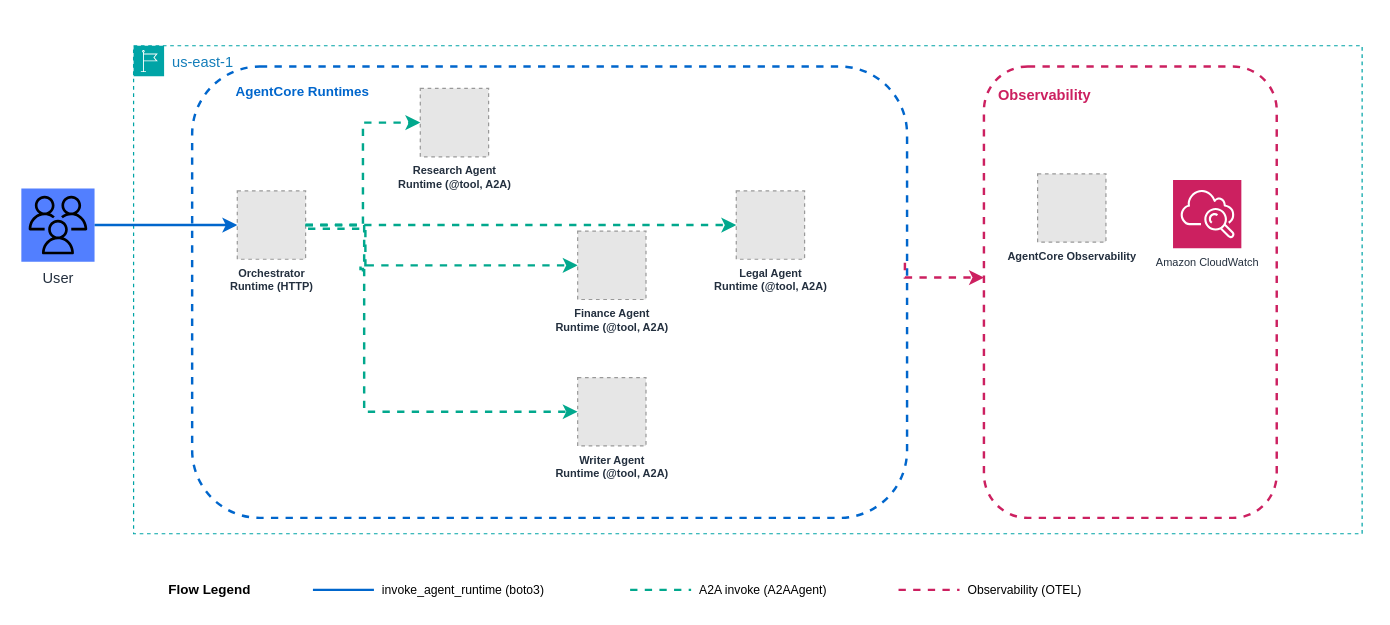
aws-samples/sample-multi-agent-systems-with-strands-workshop keeps this draw.io diagram as samples/07-agent-as-tool/production/architecture.drawio. Above is the earlier version. Source tidied: cells renumbered, new cells numbered last; positions are measured from the earlier drawing's top-left corner, leaving out a move shared by most shapes. Both pictures are drawn from the tidied source at 122%, with x=0, y=0 at pixel (21, 45). Pictures stored in the file or linked from it are replaced by grey dashed boxes.
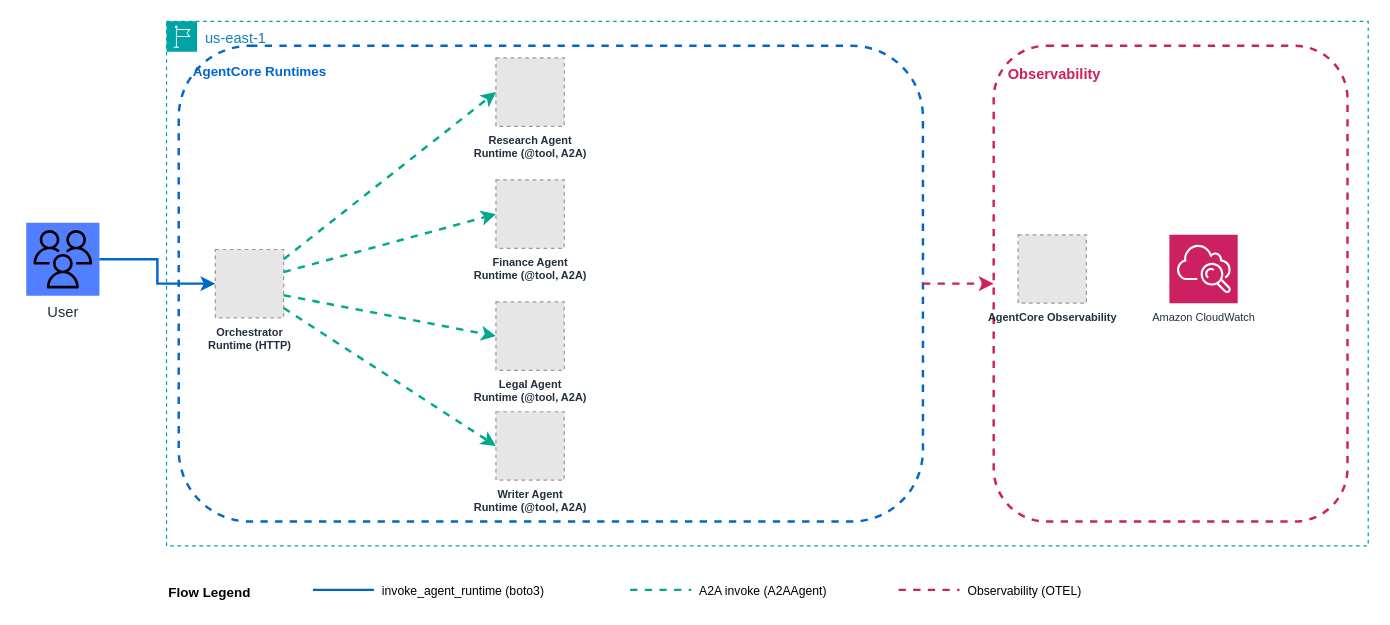
The same page after the edit.

Commit message (it also covers changes not shown here):
Fix module 07 architecture diagram: clean fan-out layout, no crossing arrows

Diff of the diagram source:
```diff
@@
     <mxCell id="2" value="User" style="sketch=0;outlineConnect=0;fontColor=#232F3E;gradientColor=none;fillColor=#527FFF;strokeColor=none;dashed=0;verticalLabelPosition=bottom;verticalAlign=top;align=center;html=1;fontSize=12;fontStyle=0;shape=mxgraph.aws4.resourceIcon;resIcon=mxgraph.aws4.users;" parent="1" vertex="1">
-      <mxGeometry y="117" width="60" height="60" as="geometry" />
+      <mxGeometry x="4" y="145" width="60" height="60" as="geometry" />
     </mxCell>
     <mxCell id="3" value="us-east-1" style="gradientColor=none;html=1;whiteSpace=wrap;fontSize=12;fontStyle=0;shape=mxgraph.aws4.group;grIcon=mxgraph.aws4.group_region;strokeColor=#00A4A6;fillColor=none;verticalAlign=top;align=left;spacingLeft=30;fontColor=#147EBA;dashed=1;" parent="1" vertex="1">
-      <mxGeometry x="92" width="1007" height="400" as="geometry" />
+      <mxGeometry x="119" y="-20" width="985" height="430" as="geometry" />
     </mxCell>
-    <mxCell id="4" value="&amp;nbsp; &amp;nbsp; &amp;nbsp; &amp;nbsp; AgentCore Runtimes" style="rounded=1;whiteSpace=wrap;html=1;fillColor=none;strokeColor=#0066CC;strokeWidth=2;dashed=1;fontSize=11;fontStyle=1;fontColor=#0066CC;verticalAlign=top;align=left;spacingLeft=10;spacingTop=8;" parent="3" vertex="1">
-      <mxGeometry x="48" y="17" width="586" height="370" as="geometry" />
+    <mxCell id="4" value="AgentCore Runtimes" style="rounded=1;whiteSpace=wrap;html=1;fillColor=none;strokeColor=#0066CC;strokeWidth=2;dashed=1;fontSize=11;fontStyle=1;fontColor=#0066CC;verticalAlign=top;align=left;spacingLeft=10;spacingTop=8;" parent="3" vertex="1">
+      <mxGeometry x="10" y="20" width="610" height="390" as="geometry" />
     </mxCell>
     <mxCell id="5" value="Orchestrator&lt;div&gt;Runtime (HTTP)&lt;/div&gt;" style="fillColor=#E6E6E6;strokeColor=#999999;dashed=1;html=1;verticalLabelPosition=bottom;labelBackgroundColor=none;verticalAlign=top;fontSize=9;fontStyle=1;fontColor=#232F3E;" parent="3" vertex="1">
-      <mxGeometry x="85" y="119" width="56" height="56" as="geometry" />
+      <mxGeometry x="40" y="187" width="56" height="56" as="geometry" />
     </mxCell>
     <mxCell id="6" value="Research Agent&lt;div&gt;Runtime (@tool, A2A)&lt;/div&gt;" style="fillColor=#E6E6E6;strokeColor=#999999;dashed=1;html=1;verticalLabelPosition=bottom;labelBackgroundColor=none;verticalAlign=top;fontSize=9;fontStyle=1;fontColor=#232F3E;" parent="3" vertex="1">
-      <mxGeometry x="235" y="35" width="56" height="56" as="geometry" />
+      <mxGeometry x="270" y="30" width="56" height="56" as="geometry" />
     </mxCell>
     <mxCell id="7" value="Finance Agent&lt;div&gt;Runtime (@tool, A2A)&lt;/div&gt;" style="fillColor=#E6E6E6;strokeColor=#999999;dashed=1;html=1;verticalLabelPosition=bottom;labelBackgroundColor=none;verticalAlign=top;fontSize=9;fontStyle=1;fontColor=#232F3E;" parent="3" vertex="1">
-      <mxGeometry x="364" y="152" width="56" height="56" as="geometry" />
+      <mxGeometry x="270" y="130" width="56" height="56" as="geometry" />
     </mxCell>
+    <mxCell id="16" value="Legal Agent&lt;div&gt;Runtime (@tool, A2A)&lt;/div&gt;" style="fillColor=#E6E6E6;strokeColor=#999999;dashed=1;html=1;verticalLabelPosition=bottom;labelBackgroundColor=none;verticalAlign=top;fontSize=9;fontStyle=1;fontColor=#232F3E;" parent="3" vertex="1">
+      <mxGeometry x="270" y="230" width="56" height="56" as="geometry" />
+    </mxCell>
     <mxCell id="8" value="Writer Agent&lt;div&gt;Runtime (@tool, A2A)&lt;/div&gt;" style="fillColor=#E6E6E6;strokeColor=#999999;dashed=1;html=1;verticalLabelPosition=bottom;labelBackgroundColor=none;verticalAlign=top;fontSize=9;fontStyle=1;fontColor=#232F3E;" parent="3" vertex="1">
-      <mxGeometry x="364" y="272" width="56" height="56" as="geometry" />
+      <mxGeometry x="270" y="320" width="56" height="56" as="geometry" />
     </mxCell>
     <mxCell id="9" value="Observability" style="rounded=1;whiteSpace=wrap;html=1;fillColor=none;strokeColor=#CC2060;strokeWidth=2;dashed=1;fontSize=12;fontStyle=1;fontColor=#CC2060;verticalAlign=top;align=left;spacingLeft=10;spacingTop=10;" parent="3" vertex="1">
-      <mxGeometry x="697" y="17" width="240" height="370" as="geometry" />
+      <mxGeometry x="678" y="20" width="290" height="390" as="geometry" />
     </mxCell>
     <mxCell id="10" value="AgentCore Observability" style="fillColor=#E6E6E6;strokeColor=#999999;dashed=1;html=1;verticalLabelPosition=bottom;labelBackgroundColor=none;verticalAlign=top;fontSize=9;fontStyle=1;fontColor=#232F3E;" parent="3" vertex="1">
-      <mxGeometry x="741" y="105" width="56" height="56" as="geometry" />
+      <mxGeometry x="698" y="175" width="56" height="56" as="geometry" />
     </mxCell>
     <mxCell id="11" value="Amazon CloudWatch" style="sketch=0;fontColor=#232F3E;fillColor=#CC2060;strokeColor=#ffffff;dashed=0;verticalLabelPosition=bottom;verticalAlign=top;align=center;html=1;fontSize=9;fontStyle=0;shape=mxgraph.aws4.resourceIcon;resIcon=mxgraph.aws4.cloudwatch;" parent="3" vertex="1">
-      <mxGeometry x="852" y="110" width="56" height="56" as="geometry" />
+      <mxGeometry x="822" y="175" width="56" height="56" as="geometry" />
     </mxCell>
+    <mxCell id="18" style="edgeStyle=orthogonalEdgeStyle;rounded=0;html=1;strokeColor=#0066CC;strokeWidth=2;flowAnimation=1;exitX=1;exitY=0.5;entryX=0;entryY=0.5;" parent="1" edge="1" source="2" target="5">
+      <mxGeometry relative="1" as="geometry" />
+    </mxCell>
-    <mxCell id="12" style="edgeStyle=orthogonalEdgeStyle;rounded=0;jettySize=auto;html=1;strokeColor=#01A88D;strokeWidth=2;flowAnimation=1;dashed=1;exitX=1;exitY=0.5;exitDx=0;exitDy=0;entryX=0;entryY=0.5;entryDx=0;entryDy=0;" parent="3" edge="1" source="5" target="6">
+    <mxCell id="12" style="rounded=0;html=1;strokeColor=#01A88D;strokeWidth=2;flowAnimation=1;dashed=1;exitX=1;exitY=0;exitDx=0;exitDy=8;entryX=0;entryY=0.5;" parent="3" edge="1" source="5" target="6">
       <mxGeometry relative="1" as="geometry" />
     </mxCell>
-    <mxCell id="13" style="edgeStyle=orthogonalEdgeStyle;rounded=0;jettySize=auto;html=1;strokeColor=#01A88D;strokeWidth=2;flowAnimation=1;dashed=1;entryX=0;entryY=0.5;entryDx=0;entryDy=0;" parent="3" edge="1" target="7">
-      <mxGeometry relative="1" as="geometry">
-        <mxPoint x="143" y="150" as="sourcePoint" />
-        <Array as="points">
-          <mxPoint x="190" y="150" />
-          <mxPoint x="190" y="185" />
-          <mxPoint x="188" y="185" />
-          <mxPoint x="188" y="183" />
-          <mxPoint x="186" y="183" />
-          <mxPoint x="186" y="180" />
-        </Array>
-      </mxGeometry>
-    </mxCell>
+    <mxCell id="26" style="rounded=0;html=1;strokeColor=#01A88D;strokeWidth=2;flowAnimation=1;dashed=1;exitX=1;exitY=0.33;exitDx=0;exitDy=0;entryX=0;entryY=0.5;" parent="3" edge="1" source="5" target="7">
+      <mxGeometry relative="1" as="geometry" />
+    </mxCell>
+    <mxCell id="17" style="rounded=0;html=1;strokeColor=#01A88D;strokeWidth=2;flowAnimation=1;dashed=1;exitX=1;exitY=0.67;exitDx=0;exitDy=0;entryX=0;entryY=0.5;" parent="3" edge="1" source="5" target="16">
+      <mxGeometry relative="1" as="geometry" />
+    </mxCell>
-    <mxCell id="14" style="edgeStyle=orthogonalEdgeStyle;rounded=0;jettySize=auto;html=1;strokeColor=#01A88D;strokeWidth=2;flowAnimation=1;dashed=1;exitX=1;exitY=0.5;exitDx=0;exitDy=0;entryX=0;entryY=0.5;entryDx=0;entryDy=0;" parent="3" edge="1" source="5" target="8">
-      <mxGeometry relative="1" as="geometry">
-        <Array as="points">
-          <mxPoint x="189" y="147" />
-          <mxPoint x="189" y="300" />
-        </Array>
-      </mxGeometry>
+    <mxCell id="14" style="rounded=0;html=1;strokeColor=#01A88D;strokeWidth=2;flowAnimation=1;dashed=1;exitX=1;exitY=1;exitDx=0;exitDy=-8;entryX=0;entryY=0.5;" parent="3" edge="1" source="5" target="8">
+      <mxGeometry relative="1" as="geometry" />
     </mxCell>
-    <mxCell id="15" style="edgeStyle=orthogonalEdgeStyle;rounded=0;jettySize=auto;html=1;strokeColor=#CC2060;strokeWidth=2;flowAnimation=1;dashed=1;exitX=0.997;exitY=0.435;exitDx=0;exitDy=0;exitPerimeter=0;" parent="3" edge="1" source="4" target="9">
-      <mxGeometry relative="1" as="geometry">
-        <Array as="points">
-          <mxPoint x="632.2" y="190" />
-        </Array>
-      </mxGeometry>
+    <mxCell id="15" style="edgeStyle=orthogonalEdgeStyle;rounded=0;html=1;strokeColor=#CC2060;strokeWidth=2;flowAnimation=1;dashed=1;exitX=1;exitY=0.5;exitDx=0;exitDy=0;entryX=0;entryY=0.5;entryDx=0;entryDy=0;" parent="3" edge="1" source="4" target="9">
+      <mxGeometry relative="1" as="geometry" />
     </mxCell>
-    <mxCell id="16" value="Legal Agent&lt;div&gt;Runtime (@tool, A2A)&lt;/div&gt;" style="fillColor=#E6E6E6;strokeColor=#999999;dashed=1;html=1;verticalLabelPosition=bottom;labelBackgroundColor=none;verticalAlign=top;fontSize=9;fontStyle=1;fontColor=#232F3E;" parent="3" vertex="1">
-      <mxGeometry x="494" y="119" width="56" height="56" as="geometry" />
-    </mxCell>
-    <mxCell id="17" style="edgeStyle=orthogonalEdgeStyle;rounded=0;jettySize=auto;html=1;strokeColor=#01A88D;strokeWidth=2;flowAnimation=1;dashed=1;" parent="3" edge="1" source="5" target="16">
-      <mxGeometry relative="1" as="geometry" />
-    </mxCell>
-    <mxCell id="18" style="edgeStyle=orthogonalEdgeStyle;rounded=0;jettySize=auto;html=1;strokeColor=#0066CC;strokeWidth=2;flowAnimation=1;exitX=1;exitY=0.5;exitDx=0;exitDy=0;entryX=0;entryY=0.5;entryDx=0;entryDy=0;" parent="1" edge="1" source="2" target="5">
-      <mxGeometry relative="1" as="geometry" />
-    </mxCell>
-    <mxCell id="19" value="Flow Legend" style="text;html=1;whiteSpace=wrap;strokeColor=none;fillColor=none;align=left;verticalAlign=middle;rounded=0;fontSize=11;fontStyle=1;" parent="1" vertex="1">
+    <mxCell id="19" value="Flow Legend" style="text;html=1;strokeColor=none;fillColor=none;align=left;fontSize=11;fontStyle=1;" parent="1" vertex="1">
       <mxGeometry x="119" y="435" width="110" height="22" as="geometry" />
     </mxCell>
-    <mxCell id="20" style="edgeStyle=orthogonalEdgeStyle;rounded=0;orthogonalLoop=1;jettySize=auto;html=1;strokeColor=#0066CC;strokeWidth=2;endArrow=none;" parent="1" edge="1">
+    <mxCell id="20" style="rounded=0;html=1;strokeColor=#0066CC;strokeWidth=2;endArrow=none;" parent="1" edge="1">
       <mxGeometry relative="1" as="geometry">
         <mxPoint x="239" y="446" as="sourcePoint" />
         <mxPoint x="289" y="446" as="targetPoint" />
       </mxGeometry>
     </mxCell>
-    <mxCell id="21" value="invoke_agent_runtime (boto3)" style="text;html=1;whiteSpace=wrap;strokeColor=none;fillColor=none;align=left;verticalAlign=middle;rounded=0;fontSize=10;" parent="1" vertex="1">
+    <mxCell id="21" value="invoke_agent_runtime (boto3)" style="text;html=1;strokeColor=none;fillColor=none;align=left;fontSize=10;" parent="1" vertex="1">
       <mxGeometry x="294" y="435" width="190" height="22" as="geometry" />
     </mxCell>
-    <mxCell id="22" style="edgeStyle=orthogonalEdgeStyle;rounded=0;orthogonalLoop=1;jettySize=auto;html=1;strokeColor=#01A88D;strokeWidth=2;dashed=1;endArrow=none;" parent="1" edge="1">
+    <mxCell id="22" style="rounded=0;html=1;strokeColor=#01A88D;strokeWidth=2;dashed=1;endArrow=none;" parent="1" edge="1">
       <mxGeometry relative="1" as="geometry">
         <mxPoint x="499" y="446" as="sourcePoint" />
         <mxPoint x="549" y="446" as="targetPoint" />
       </mxGeometry>
     </mxCell>
-    <mxCell id="23" value="A2A invoke (A2AAgent)" style="text;html=1;whiteSpace=wrap;strokeColor=none;fillColor=none;align=left;verticalAlign=middle;rounded=0;fontSize=10;" parent="1" vertex="1">
+    <mxCell id="23" value="A2A invoke (A2AAgent)" style="text;html=1;strokeColor=none;fillColor=none;align=left;fontSize=10;" parent="1" vertex="1">
       <mxGeometry x="554" y="435" width="155" height="22" as="geometry" />
     </mxCell>
-    <mxCell id="24" style="edgeStyle=orthogonalEdgeStyle;rounded=0;orthogonalLoop=1;jettySize=auto;html=1;strokeColor=#CC2060;strokeWidth=2;dashed=1;endArrow=none;" parent="1" edge="1">
+    <mxCell id="24" style="rounded=0;html=1;strokeColor=#CC2060;strokeWidth=2;dashed=1;endArrow=none;" parent="1" edge="1">
       <mxGeometry relative="1" as="geometry">
         <mxPoint x="719" y="446" as="sourcePoint" />
         <mxPoint x="769" y="446" as="targetPoint" />
       </mxGeometry>
     </mxCell>
-    <mxCell id="25" value="Observability (OTEL)" style="text;html=1;whiteSpace=wrap;strokeColor=none;fillColor=none;align=left;verticalAlign=middle;rounded=0;fontSize=10;" parent="1" vertex="1">
+    <mxCell id="25" value="Observability (OTEL)" style="text;html=1;strokeColor=none;fillColor=none;align=left;fontSize=10;" parent="1" vertex="1">
       <mxGeometry x="774" y="435" width="150" height="22" as="geometry" />
     </mxCell>
```
